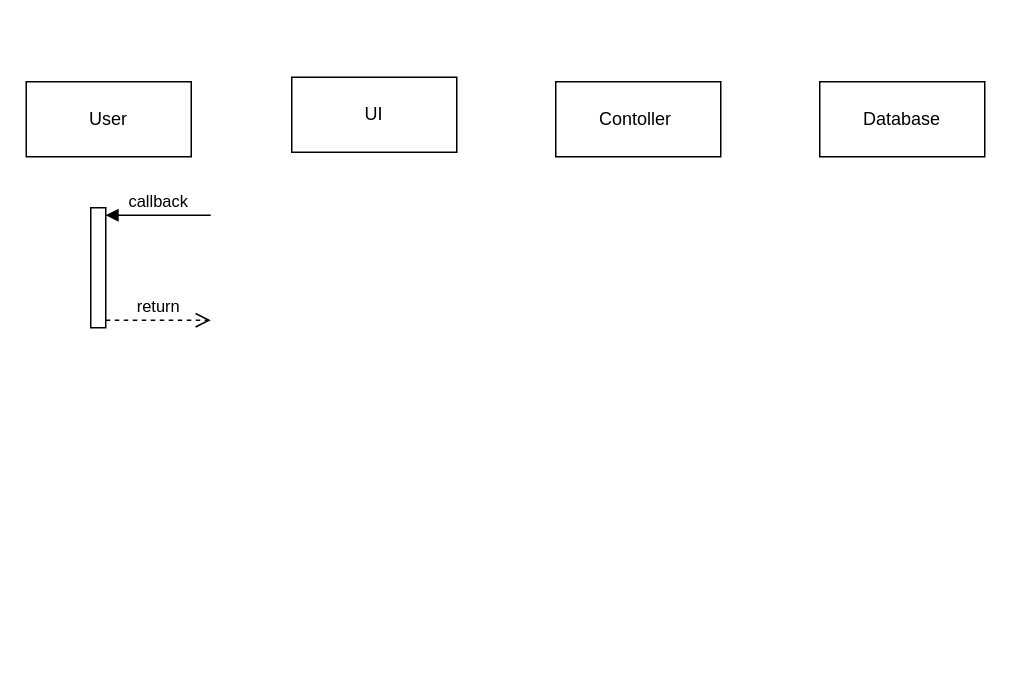
Above: secventa.drawio in Mariuswarboss/Practica (draw.io), before the change. Source tidied: cells renumbered, new cells numbered last; positions are measured from the earlier drawing's top-left corner, leaving out a move shared by most shapes. Both pictures are drawn from the tidied source at 150%, with x=0, y=0 at pixel (26, 76).
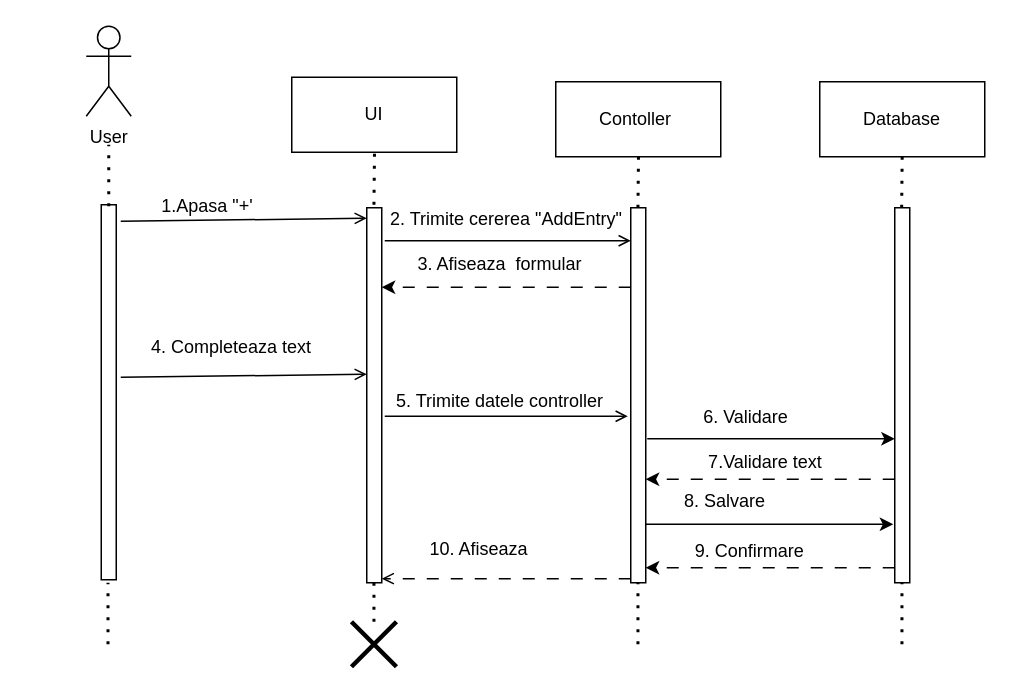
The same page after the edit.

What changed in the source:
```diff
@@
-    <mxCell id="2" value="User" style="html=1;whiteSpace=wrap;" parent="1" vertex="1">
-      <mxGeometry y="3" width="110" height="50" as="geometry" />
-    </mxCell>
@@
-    <mxCell id="6" style="html=1;points=[[0,0,0,0,5],[0,1,0,0,-5],[1,0,0,0,5],[1,1,0,0,-5]];perimeter=orthogonalPerimeter;outlineConnect=0;targetShapes=umlLifeline;portConstraint=eastwest;newEdgeStyle={&quot;curved&quot;:0,&quot;rounded&quot;:0};" parent="1" vertex="1">
-      <mxGeometry x="43" y="87" width="10" height="80" as="geometry" />
-    </mxCell>
-    <mxCell id="7" value="callback" style="html=1;verticalAlign=bottom;endArrow=block;curved=0;rounded=0;entryX=1;entryY=0;entryDx=0;entryDy=5;" parent="1" edge="1" target="6">
-      <mxGeometry relative="1" as="geometry">
-        <mxPoint x="123" y="92" as="sourcePoint" />
-      </mxGeometry>
-    </mxCell>
-    <mxCell id="8" value="return" style="html=1;verticalAlign=bottom;endArrow=open;dashed=1;endSize=8;curved=0;rounded=0;exitX=1;exitY=1;exitDx=0;exitDy=-5;" parent="1" edge="1" source="6">
-      <mxGeometry relative="1" as="geometry">
-        <mxPoint x="123" y="162" as="targetPoint" />
-      </mxGeometry>
-    </mxCell>
+    <mxCell id="9" style="html=1;perimeter=orthogonalPerimeter;targetShapes=umlLifeline;newEdgeStyle={&quot;curved&quot;:0,&quot;rounded&quot;:0};" parent="1" vertex="1">
+      <mxGeometry x="50" y="85" width="10" height="250" as="geometry" />
+    </mxCell>
+    <mxCell id="2" value="User" style="shape=umlActor;verticalLabelPosition=bottom;verticalAlign=top;html=1;" parent="1" vertex="1">
+      <mxGeometry x="40" y="-34" width="30" height="60" as="geometry" />
+    </mxCell>
+    <mxCell id="10" style="html=1;perimeter=orthogonalPerimeter;targetShapes=umlLifeline;newEdgeStyle={&quot;curved&quot;:0,&quot;rounded&quot;:0};" parent="1" vertex="1">
+      <mxGeometry x="227" y="87" width="10" height="250" as="geometry" />
+    </mxCell>
+    <mxCell id="11" style="html=1;points=[[0,0,0,0,5],[0,1,0,0,-5],[1,0,0,0,5],[1,1,0,0,-5]];perimeter=orthogonalPerimeter;outlineConnect=0;targetShapes=umlLifeline;portConstraint=eastwest;newEdgeStyle={&quot;curved&quot;:0,&quot;rounded&quot;:0};" parent="1" vertex="1">
+      <mxGeometry x="403" y="87" width="10" height="250" as="geometry" />
+    </mxCell>
+    <mxCell id="12" style="html=1;perimeter=orthogonalPerimeter;targetShapes=umlLifeline;newEdgeStyle={&quot;curved&quot;:0,&quot;rounded&quot;:0};" parent="1" vertex="1">
+      <mxGeometry x="579" y="87" width="10" height="250" as="geometry" />
+    </mxCell>
+    <mxCell id="13" style="endArrow=none;dashed=1;html=1;dashPattern=1 3;strokeWidth=2;rounded=0;" parent="1" edge="1">
+      <mxGeometry relative="1" as="geometry">
+        <mxPoint x="55" y="86" as="sourcePoint" />
+        <mxPoint x="55" y="45" as="targetPoint" />
+      </mxGeometry>
+    </mxCell>
+    <mxCell id="14" style="endArrow=none;dashed=1;html=1;dashPattern=1 3;strokeWidth=2;rounded=0;" parent="1" edge="1">
+      <mxGeometry relative="1" as="geometry">
+        <mxPoint x="231.8" y="85" as="sourcePoint" />
+        <mxPoint x="232.2" y="47" as="targetPoint" />
+      </mxGeometry>
+    </mxCell>
+    <mxCell id="15" style="endArrow=none;dashed=1;html=1;dashPattern=1 3;strokeWidth=2;rounded=0;" parent="1" edge="1">
+      <mxGeometry relative="1" as="geometry">
+        <mxPoint x="407.8" y="87" as="sourcePoint" />
+        <mxPoint x="408.2" y="49" as="targetPoint" />
+      </mxGeometry>
+    </mxCell>
+    <mxCell id="16" style="endArrow=none;dashed=1;html=1;dashPattern=1 3;strokeWidth=2;rounded=0;" parent="1" edge="1">
+      <mxGeometry relative="1" as="geometry">
+        <mxPoint x="583.6" y="87" as="sourcePoint" />
+        <mxPoint x="584" y="49" as="targetPoint" />
+      </mxGeometry>
+    </mxCell>
+    <mxCell id="17" style="endArrow=classic;html=1;rounded=0;dashed=1;dashPattern=8 8;" parent="1" edge="1">
+      <mxGeometry relative="1" as="geometry">
+        <mxPoint x="403" y="140" as="sourcePoint" />
+        <mxPoint x="237" y="140" as="targetPoint" />
+      </mxGeometry>
+    </mxCell>
+    <mxCell id="18" style="endArrow=classic;html=1;rounded=0;dashed=1;dashPattern=8 8;" parent="1" edge="1">
+      <mxGeometry relative="1" as="geometry">
+        <mxPoint x="579" y="268" as="sourcePoint" />
+        <mxPoint x="413" y="268" as="targetPoint" />
+      </mxGeometry>
+    </mxCell>
+    <mxCell id="19" style="endArrow=classic;html=1;rounded=0;dashed=1;dashPattern=8 8;" parent="1" edge="1">
+      <mxGeometry relative="1" as="geometry">
+        <mxPoint x="579" y="327" as="sourcePoint" />
+        <mxPoint x="413" y="327" as="targetPoint" />
+      </mxGeometry>
+    </mxCell>
+    <mxCell id="20" style="endArrow=open;html=1;rounded=0;dashed=1;dashPattern=8 8;endFill=0;" parent="1" edge="1">
+      <mxGeometry relative="1" as="geometry">
+        <mxPoint x="403" y="334.3" as="sourcePoint" />
+        <mxPoint x="237" y="334.3" as="targetPoint" />
+      </mxGeometry>
+    </mxCell>
+    <mxCell id="21" style="endArrow=none;dashed=1;html=1;dashPattern=1 3;strokeWidth=2;rounded=0;" parent="1" edge="1">
+      <mxGeometry relative="1" as="geometry">
+        <mxPoint x="54.5" y="378" as="sourcePoint" />
+        <mxPoint x="54.5" y="337" as="targetPoint" />
+      </mxGeometry>
+    </mxCell>
+    <mxCell id="22" style="endArrow=none;dashed=1;html=1;dashPattern=1 3;strokeWidth=2;rounded=0;" parent="1" edge="1" source="41">
+      <mxGeometry relative="1" as="geometry">
+        <mxPoint x="231.8" y="337" as="targetPoint" />
+      </mxGeometry>
+    </mxCell>
+    <mxCell id="23" style="endArrow=none;dashed=1;html=1;dashPattern=1 3;strokeWidth=2;rounded=0;" parent="1" edge="1">
+      <mxGeometry relative="1" as="geometry">
+        <mxPoint x="407.8" y="378" as="sourcePoint" />
+        <mxPoint x="407.8" y="337" as="targetPoint" />
+      </mxGeometry>
+    </mxCell>
+    <mxCell id="24" style="endArrow=none;dashed=1;html=1;dashPattern=1 3;strokeWidth=2;rounded=0;" parent="1" edge="1">
+      <mxGeometry relative="1" as="geometry">
+        <mxPoint x="583.8" y="378" as="sourcePoint" />
+        <mxPoint x="583.8" y="337" as="targetPoint" />
+      </mxGeometry>
+    </mxCell>
+    <mxCell id="25" style="endArrow=open;html=1;rounded=0;endFill=0;" parent="1" edge="1">
+      <mxGeometry relative="1" as="geometry">
+        <mxPoint x="63" y="96" as="sourcePoint" />
+        <mxPoint x="227" y="94" as="targetPoint" />
+      </mxGeometry>
+    </mxCell>
+    <mxCell id="26" style="endArrow=open;html=1;rounded=0;endFill=0;" parent="1" edge="1">
+      <mxGeometry relative="1" as="geometry">
+        <mxPoint x="63" y="200" as="sourcePoint" />
+        <mxPoint x="227" y="198" as="targetPoint" />
+      </mxGeometry>
+    </mxCell>
+    <mxCell id="27" style="endArrow=open;html=1;rounded=0;endFill=0;" parent="1" edge="1" target="11">
+      <mxGeometry relative="1" as="geometry">
+        <mxPoint x="239" y="109" as="sourcePoint" />
+      </mxGeometry>
+    </mxCell>
+    <mxCell id="28" style="endArrow=open;html=1;rounded=0;endFill=0;" parent="1" edge="1">
+      <mxGeometry relative="1" as="geometry">
+        <mxPoint x="239" y="226" as="sourcePoint" />
+        <mxPoint x="401" y="226" as="targetPoint" />
+      </mxGeometry>
+    </mxCell>
+    <mxCell id="29" style="endArrow=classic;html=1;rounded=0;" parent="1" edge="1">
+      <mxGeometry relative="1" as="geometry">
+        <mxPoint x="414" y="241" as="sourcePoint" />
+        <mxPoint x="579" y="241" as="targetPoint" />
+      </mxGeometry>
+    </mxCell>
+    <mxCell id="30" style="endArrow=classic;html=1;rounded=0;" parent="1" edge="1">
+      <mxGeometry relative="1" as="geometry">
+        <mxPoint x="413" y="298" as="sourcePoint" />
+        <mxPoint x="578" y="298" as="targetPoint" />
+      </mxGeometry>
+    </mxCell>
+    <mxCell id="31" value="1.Apasa &quot;+'" style="text;html=1;whiteSpace=wrap;strokeColor=none;fillColor=none;align=center;verticalAlign=middle;rounded=0;" parent="1" vertex="1">
+      <mxGeometry x="76" y="71" width="90" height="30" as="geometry" />
+    </mxCell>
+    <mxCell id="32" value="2. Trimite cererea &quot;AddEntry&quot;&amp;nbsp;" style="text;html=1;whiteSpace=wrap;strokeColor=none;fillColor=none;align=center;verticalAlign=middle;rounded=0;" parent="1" vertex="1">
+      <mxGeometry x="237" y="80" width="170" height="30" as="geometry" />
+    </mxCell>
+    <mxCell id="33" value="3. Afiseaza&amp;nbsp; formular" style="text;html=1;whiteSpace=wrap;strokeColor=none;fillColor=none;align=center;verticalAlign=middle;rounded=0;" parent="1" vertex="1">
+      <mxGeometry x="231" y="110" width="170" height="30" as="geometry" />
+    </mxCell>
+    <mxCell id="34" value="4. Completeaza text" style="text;html=1;whiteSpace=wrap;strokeColor=none;fillColor=none;align=center;verticalAlign=middle;rounded=0;" parent="1" vertex="1">
+      <mxGeometry x="52" y="165" width="170" height="30" as="geometry" />
+    </mxCell>
+    <mxCell id="35" value="5. Trimite datele controller" style="text;html=1;whiteSpace=wrap;strokeColor=none;fillColor=none;align=center;verticalAlign=middle;rounded=0;" parent="1" vertex="1">
+      <mxGeometry x="231" y="201" width="170" height="30" as="geometry" />
+    </mxCell>
+    <mxCell id="36" value="6. Validare" style="text;html=1;whiteSpace=wrap;strokeColor=none;fillColor=none;align=center;verticalAlign=middle;rounded=0;" parent="1" vertex="1">
+      <mxGeometry x="450" y="212" width="60" height="30" as="geometry" />
+    </mxCell>
+    <mxCell id="37" value="7.Validare text" style="text;html=1;whiteSpace=wrap;strokeColor=none;fillColor=none;align=center;verticalAlign=middle;rounded=0;" parent="1" vertex="1">
+      <mxGeometry x="453" y="242" width="80" height="30" as="geometry" />
+    </mxCell>
+    <mxCell id="38" value="8. Salvare" style="text;html=1;whiteSpace=wrap;strokeColor=none;fillColor=none;align=center;verticalAlign=middle;rounded=0;" parent="1" vertex="1">
+      <mxGeometry x="436" y="268" width="60" height="30" as="geometry" />
+    </mxCell>
+    <mxCell id="39" value="9. Confirmare" style="text;html=1;whiteSpace=wrap;strokeColor=none;fillColor=none;align=center;verticalAlign=middle;rounded=0;" parent="1" vertex="1">
+      <mxGeometry x="441" y="301" width="83" height="30" as="geometry" />
+    </mxCell>
+    <mxCell id="40" value="10. Afiseaza" style="text;html=1;whiteSpace=wrap;strokeColor=none;fillColor=none;align=center;verticalAlign=middle;rounded=0;" parent="1" vertex="1">
+      <mxGeometry x="255" y="300" width="94" height="30" as="geometry" />
+    </mxCell>
+    <mxCell id="41" style="shape=umlDestroy;whiteSpace=wrap;html=1;strokeWidth=3;targetShapes=umlLifeline;" parent="1" vertex="1">
+      <mxGeometry x="216.8" y="363" width="30" height="30" as="geometry" />
+    </mxCell>
```
